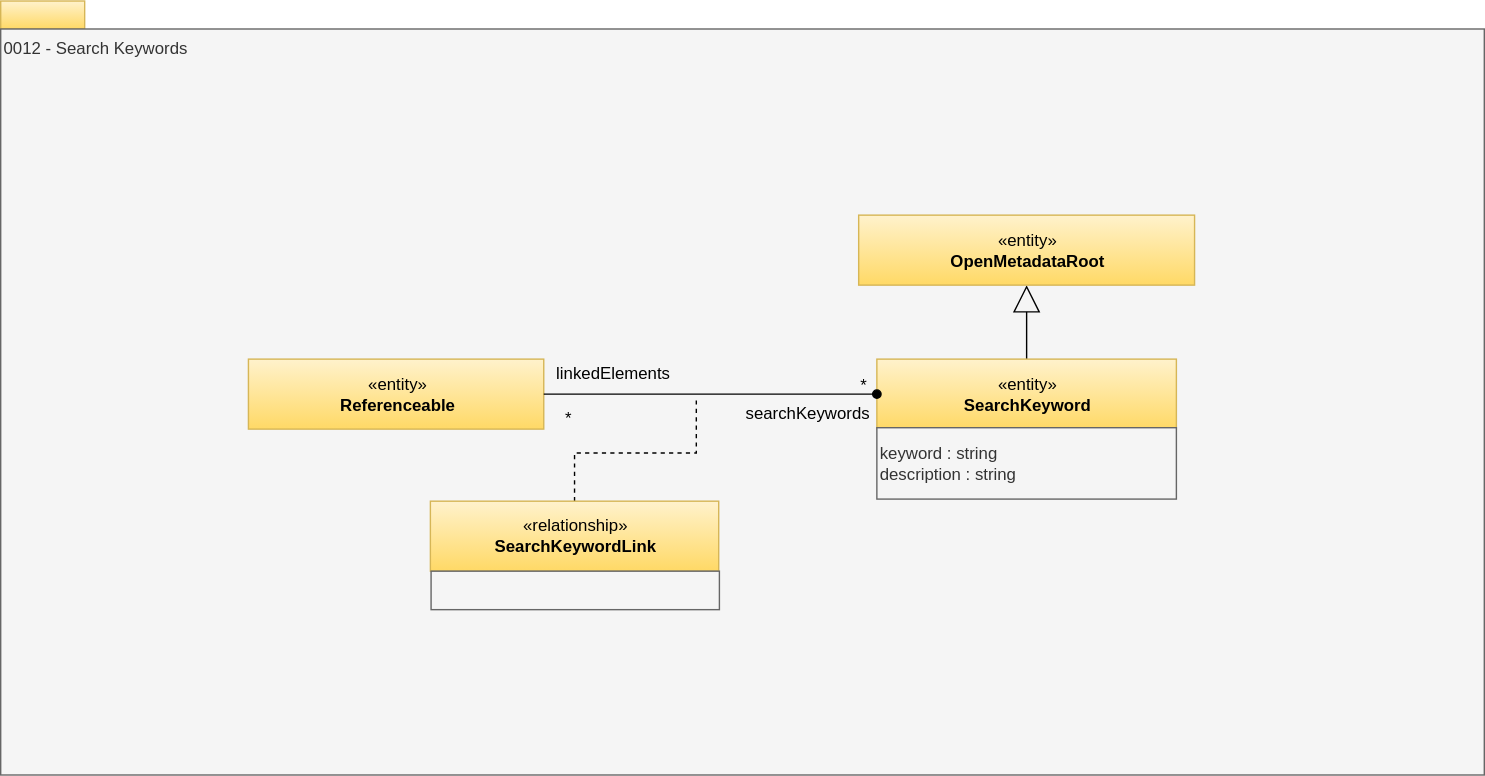
Earlier version of the draw.io export site/docs/types/0/0012-Search-Keywords.svg (odpi/egeria-docs). Source tidied: cells renumbered, new cells last; positions are measured from the earlier drawing's top-left corner, leaving out a move shared by most shapes.
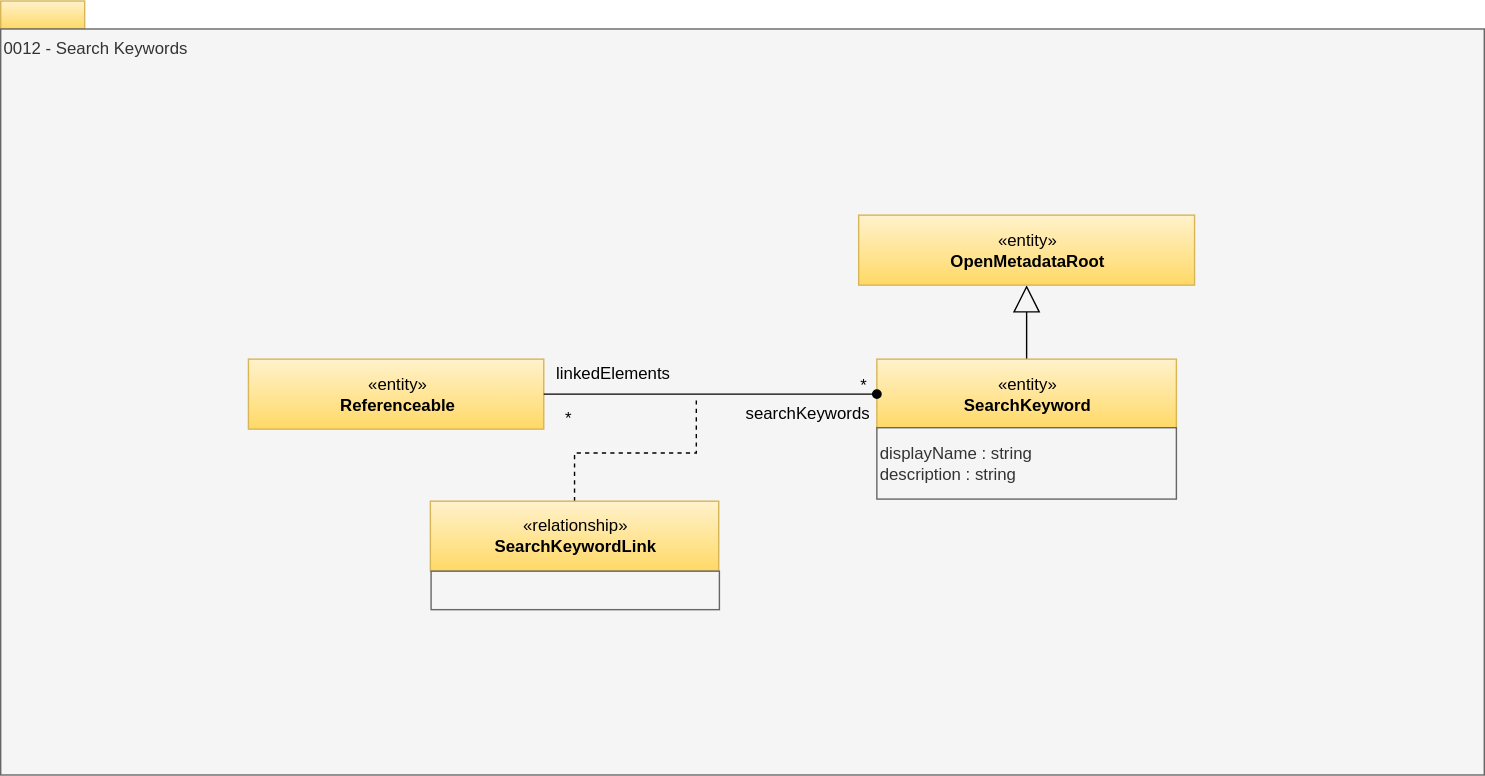
Later version of the same file.

The edit, as a diff of the source:
```diff
@@ -17,7 +17,7 @@
     <mxCell id="6" value="«entity»&lt;br&gt;&lt;b&gt;SearchKeyword&lt;/b&gt;" style="html=1;strokeColor=#d6b656;align=center;fillColor=#fff2cc;gradientColor=#ffd966;" parent="1" vertex="1">
       <mxGeometry x="626" y="255.9" width="214" height="50" as="geometry" />
     </mxCell>
-    <mxCell id="7" value="keyword : string&lt;br&gt;description : string&lt;br&gt;&lt;div style=&quot;text-align: left&quot;&gt;&lt;/div&gt;" style="rounded=0;whiteSpace=wrap;html=1;strokeColor=#666666;align=left;fillColor=#f5f5f5;fontColor=#333333;" parent="1" vertex="1">
+    <mxCell id="7" value="displayName : string&lt;br&gt;description : string&lt;br&gt;&lt;div style=&quot;text-align: left&quot;&gt;&lt;/div&gt;" style="rounded=0;whiteSpace=wrap;html=1;strokeColor=#666666;align=left;fillColor=#f5f5f5;fontColor=#333333;" parent="1" vertex="1">
       <mxGeometry x="626" y="304.9" width="214" height="51" as="geometry" />
     </mxCell>
     <mxCell id="8" style="edgeStyle=orthogonalEdgeStyle;rounded=0;html=1;exitX=0.5;exitY=0;dashed=1;endArrow=none;endFill=0;jettySize=auto;exitDx=0;exitDy=0;" parent="1" edge="1" source="9">
```
